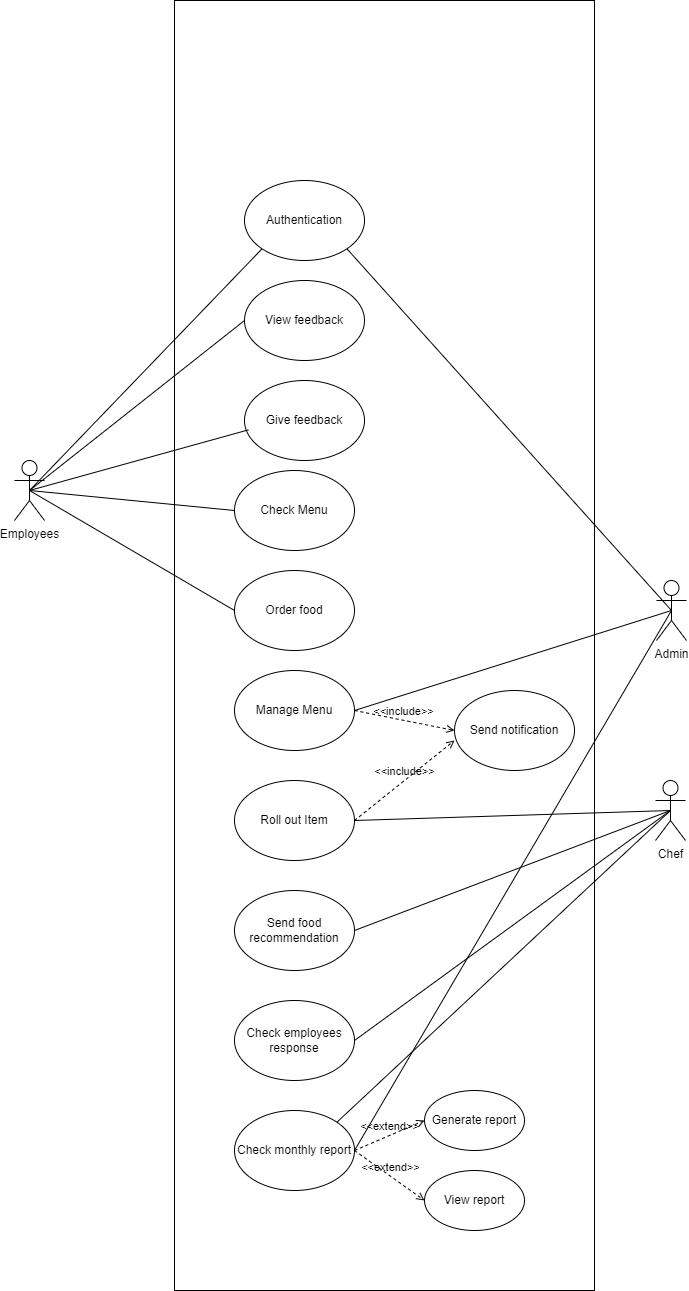
Earlier version of the draw.io export uml diagramas/L&C-usecase.drawio.png (RiaMishra-ITT/Cafeteria-Recommendation-Engine). Source tidied: cells renumbered, new cells last; positions are measured from the earlier drawing's top-left corner, leaving out a move shared by most shapes.
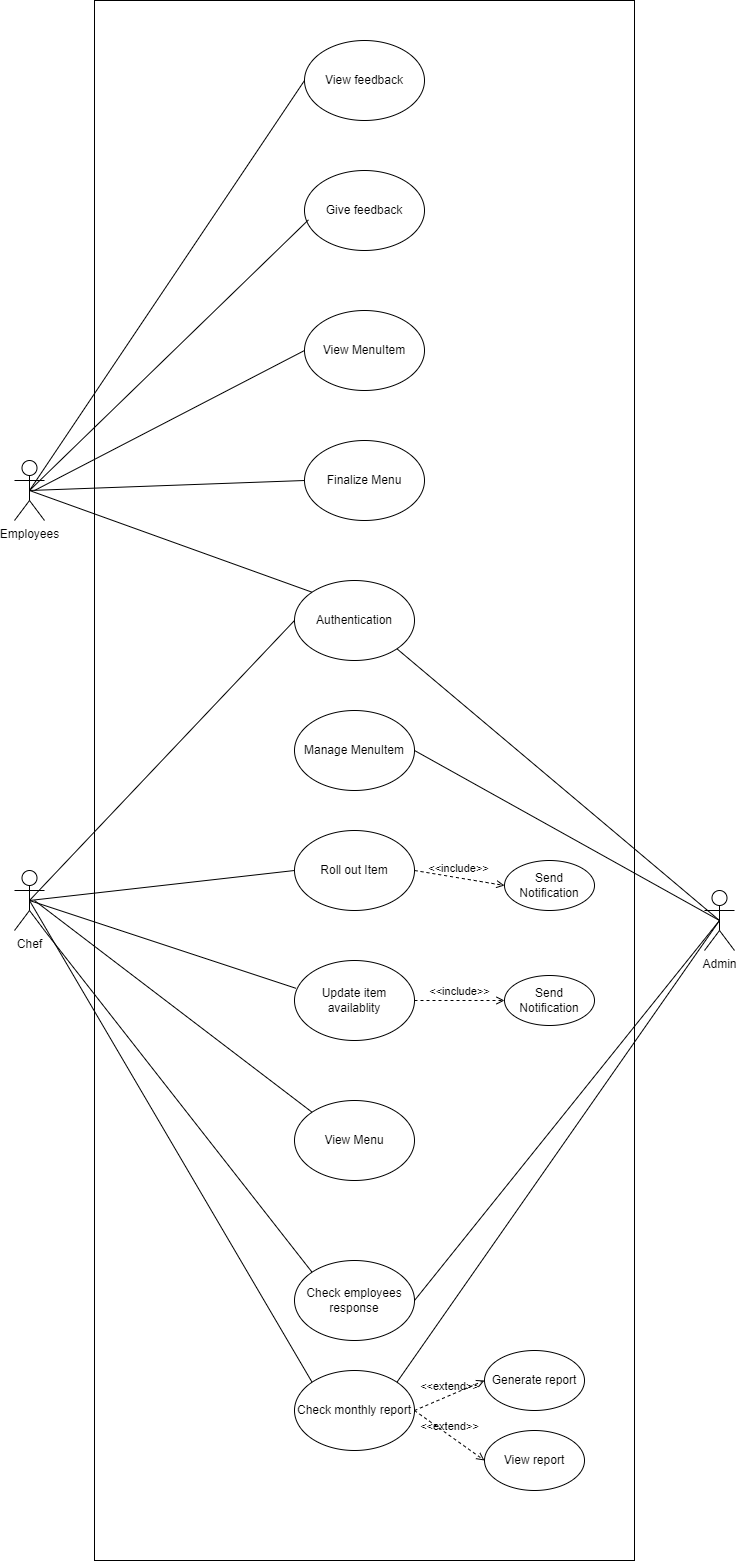
The same file after the commit.

Change to the diagram source:
```diff
@@ -3,45 +3,42 @@
     <mxCell id="0" />
     <mxCell id="1" parent="0" />
     <mxCell id="2" style="rounded=0;whiteSpace=wrap;html=1;" parent="1" vertex="1">
-      <mxGeometry x="160" width="420" height="1290" as="geometry" />
+      <mxGeometry x="80" width="540" height="1560" as="geometry" />
     </mxCell>
     <mxCell id="3" value="Employees" style="shape=umlActor;verticalLabelPosition=bottom;verticalAlign=top;html=1;outlineConnect=0;" parent="1" vertex="1">
       <mxGeometry y="460" width="30" height="60" as="geometry" />
     </mxCell>
     <mxCell id="4" value="Authentication" style="ellipse;whiteSpace=wrap;html=1;" parent="1" vertex="1">
-      <mxGeometry x="230" y="180" width="120" height="80" as="geometry" />
+      <mxGeometry x="280" y="580" width="120" height="80" as="geometry" />
     </mxCell>
     <mxCell id="5" value="Give feedback" style="ellipse;whiteSpace=wrap;html=1;" parent="1" vertex="1">
-      <mxGeometry x="230" y="380" width="120" height="80" as="geometry" />
+      <mxGeometry x="290" y="170" width="120" height="80" as="geometry" />
     </mxCell>
-    <mxCell id="6" value="Check Menu" style="ellipse;whiteSpace=wrap;html=1;" parent="1" vertex="1">
-      <mxGeometry x="220" y="470" width="120" height="80" as="geometry" />
+    <mxCell id="6" value="Finalize Menu" style="ellipse;whiteSpace=wrap;html=1;" parent="1" vertex="1">
+      <mxGeometry x="290" y="440" width="120" height="80" as="geometry" />
     </mxCell>
-    <mxCell id="7" value="Order food" style="ellipse;whiteSpace=wrap;html=1;" parent="1" vertex="1">
-      <mxGeometry x="220" y="570" width="120" height="80" as="geometry" />
-    </mxCell>
     <mxCell id="8" value="Admin" style="shape=umlActor;verticalLabelPosition=bottom;verticalAlign=top;html=1;outlineConnect=0;" parent="1" vertex="1">
-      <mxGeometry x="642" y="580" width="30" height="60" as="geometry" />
+      <mxGeometry x="690" y="890" width="30" height="60" as="geometry" />
     </mxCell>
-    <mxCell id="9" value="Manage Menu" style="ellipse;whiteSpace=wrap;html=1;" parent="1" vertex="1">
-      <mxGeometry x="220" y="670" width="120" height="80" as="geometry" />
+    <mxCell id="9" value="Manage MenuItem" style="ellipse;whiteSpace=wrap;html=1;" parent="1" vertex="1">
+      <mxGeometry x="280" y="710" width="120" height="80" as="geometry" />
     </mxCell>
     <mxCell id="10" value="Chef" style="shape=umlActor;verticalLabelPosition=bottom;verticalAlign=top;html=1;outlineConnect=0;" parent="1" vertex="1">
-      <mxGeometry x="641" y="780" width="30" height="60" as="geometry" />
+      <mxGeometry y="870" width="30" height="60" as="geometry" />
     </mxCell>
     <mxCell id="11" value="Roll out Item" style="ellipse;whiteSpace=wrap;html=1;" parent="1" vertex="1">
-      <mxGeometry x="220" y="780" width="120" height="80" as="geometry" />
+      <mxGeometry x="280" y="830" width="120" height="80" as="geometry" />
     </mxCell>
     <mxCell id="12" value="Check employees response" style="ellipse;whiteSpace=wrap;html=1;" parent="1" vertex="1">
-      <mxGeometry x="220" y="1000" width="120" height="80" as="geometry" />
+      <mxGeometry x="280" y="1260" width="120" height="80" as="geometry" />
     </mxCell>
-    <mxCell id="13" value="Send food recommendation" style="ellipse;whiteSpace=wrap;html=1;" parent="1" vertex="1">
-      <mxGeometry x="220" y="890" width="120" height="80" as="geometry" />
+    <mxCell id="13" value="View Menu" style="ellipse;whiteSpace=wrap;html=1;" parent="1" vertex="1">
+      <mxGeometry x="280" y="1100" width="120" height="80" as="geometry" />
     </mxCell>
     <mxCell id="14" value="Check monthly report" style="ellipse;whiteSpace=wrap;html=1;" parent="1" vertex="1">
-      <mxGeometry x="220" y="1110" width="120" height="80" as="geometry" />
+      <mxGeometry x="280" y="1370" width="120" height="80" as="geometry" />
     </mxCell>
-    <mxCell id="15" style="endArrow=none;html=1;rounded=0;entryX=0;entryY=1;entryDx=0;entryDy=0;exitX=0.5;exitY=0.5;exitDx=0;exitDy=0;exitPerimeter=0;" parent="1" edge="1" source="3" target="4">
+    <mxCell id="15" style="endArrow=none;html=1;rounded=0;entryX=0;entryY=0;entryDx=0;entryDy=0;exitX=0.5;exitY=0.5;exitDx=0;exitDy=0;exitPerimeter=0;" parent="1" edge="1" source="3" target="4">
       <mxGeometry relative="1" as="geometry" />
     </mxCell>
     <mxCell id="16" style="endArrow=none;html=1;rounded=0;exitX=0.5;exitY=0.5;exitDx=0;exitDy=0;exitPerimeter=0;entryX=0.033;entryY=0.617;entryDx=0;entryDy=0;entryPerimeter=0;" parent="1" edge="1" source="3" target="5">
@@ -50,52 +47,29 @@
     <mxCell id="17" style="endArrow=none;html=1;rounded=0;entryX=0;entryY=0.5;entryDx=0;entryDy=0;exitX=0.5;exitY=0.5;exitDx=0;exitDy=0;exitPerimeter=0;" parent="1" edge="1" source="3" target="6">
       <mxGeometry relative="1" as="geometry" />
     </mxCell>
-    <mxCell id="18" style="endArrow=none;html=1;rounded=0;entryX=0;entryY=0.5;entryDx=0;entryDy=0;exitX=0.5;exitY=0.5;exitDx=0;exitDy=0;exitPerimeter=0;" parent="1" edge="1" source="3" target="7">
-      <mxGeometry relative="1" as="geometry" />
-    </mxCell>
     <mxCell id="19" style="endArrow=none;html=1;rounded=0;entryX=0.5;entryY=0.5;entryDx=0;entryDy=0;entryPerimeter=0;exitX=1;exitY=0.5;exitDx=0;exitDy=0;" parent="1" edge="1" source="9" target="8">
       <mxGeometry relative="1" as="geometry" />
     </mxCell>
-    <mxCell id="20" style="endArrow=none;html=1;rounded=0;entryX=0.5;entryY=0.5;entryDx=0;entryDy=0;entryPerimeter=0;exitX=1;exitY=0.5;exitDx=0;exitDy=0;" parent="1" edge="1" source="11" target="10">
+    <mxCell id="20" style="endArrow=none;html=1;rounded=0;entryX=0.5;entryY=0.5;entryDx=0;entryDy=0;entryPerimeter=0;exitX=0;exitY=0.5;exitDx=0;exitDy=0;" parent="1" edge="1" source="4" target="10">
       <mxGeometry relative="1" as="geometry" />
     </mxCell>
-    <mxCell id="21" style="endArrow=none;html=1;rounded=0;entryX=0.5;entryY=0.5;entryDx=0;entryDy=0;entryPerimeter=0;exitX=1;exitY=0.5;exitDx=0;exitDy=0;" parent="1" edge="1" source="13" target="10">
+    <mxCell id="21" style="endArrow=none;html=1;rounded=0;entryX=0.5;entryY=0.5;entryDx=0;entryDy=0;entryPerimeter=0;exitX=0;exitY=0.5;exitDx=0;exitDy=0;" parent="1" edge="1" source="11" target="10">
       <mxGeometry relative="1" as="geometry" />
     </mxCell>
-    <mxCell id="22" style="endArrow=none;html=1;rounded=0;entryX=0.5;entryY=0.5;entryDx=0;entryDy=0;entryPerimeter=0;exitX=1;exitY=0.5;exitDx=0;exitDy=0;" parent="1" edge="1" source="12" target="10">
-      <mxGeometry relative="1" as="geometry" />
-    </mxCell>
-    <mxCell id="23" style="endArrow=none;html=1;rounded=0;entryX=0.5;entryY=0.5;entryDx=0;entryDy=0;entryPerimeter=0;exitX=1;exitY=0;exitDx=0;exitDy=0;" parent="1" edge="1" source="14" target="10">
-      <mxGeometry relative="1" as="geometry" />
-    </mxCell>
     <mxCell id="24" style="endArrow=none;html=1;rounded=0;entryX=0.5;entryY=0.5;entryDx=0;entryDy=0;entryPerimeter=0;exitX=1;exitY=1;exitDx=0;exitDy=0;" parent="1" edge="1" source="4" target="8">
       <mxGeometry relative="1" as="geometry" />
     </mxCell>
-    <mxCell id="25" value="Send notification" style="ellipse;whiteSpace=wrap;html=1;" parent="1" vertex="1">
-      <mxGeometry x="440" y="690" width="120" height="80" as="geometry" />
-    </mxCell>
-    <mxCell id="26" value="&amp;lt;&amp;lt;include&amp;gt;&amp;gt;" style="html=1;verticalAlign=bottom;labelBackgroundColor=none;endArrow=open;endFill=0;dashed=1;rounded=0;exitX=1;exitY=0.5;exitDx=0;exitDy=0;entryX=0;entryY=0.5;entryDx=0;entryDy=0;" parent="1" edge="1" source="9" target="25">
-      <mxGeometry relative="1" as="geometry" />
-    </mxCell>
-    <mxCell id="27" value="&amp;lt;&amp;lt;include&amp;gt;&amp;gt;" style="html=1;verticalAlign=bottom;labelBackgroundColor=none;endArrow=open;endFill=0;dashed=1;rounded=0;exitX=1;exitY=0.5;exitDx=0;exitDy=0;" parent="1" edge="1" source="11">
-      <mxGeometry relative="1" as="geometry">
-        <mxPoint x="440" y="740" as="targetPoint" />
-      </mxGeometry>
-    </mxCell>
     <mxCell id="28" value="View feedback" style="ellipse;whiteSpace=wrap;html=1;" parent="1" vertex="1">
-      <mxGeometry x="230" y="280" width="120" height="80" as="geometry" />
+      <mxGeometry x="290" y="40" width="120" height="80" as="geometry" />
     </mxCell>
     <mxCell id="29" style="endArrow=none;html=1;rounded=0;entryX=0;entryY=0.5;entryDx=0;entryDy=0;exitX=0.5;exitY=0.5;exitDx=0;exitDy=0;exitPerimeter=0;" parent="1" edge="1" source="3" target="28">
       <mxGeometry relative="1" as="geometry" />
     </mxCell>
-    <mxCell id="30" style="endArrow=none;html=1;rounded=0;entryX=0.5;entryY=0.5;entryDx=0;entryDy=0;entryPerimeter=0;exitX=1;exitY=0.5;exitDx=0;exitDy=0;" parent="1" edge="1" source="14" target="8">
-      <mxGeometry relative="1" as="geometry" />
-    </mxCell>
     <mxCell id="31" value="Generate report" style="ellipse;whiteSpace=wrap;html=1;" parent="1" vertex="1">
-      <mxGeometry x="410" y="1090" width="100" height="60" as="geometry" />
+      <mxGeometry x="470" y="1350" width="100" height="60" as="geometry" />
     </mxCell>
     <mxCell id="32" value="View report" style="ellipse;whiteSpace=wrap;html=1;" parent="1" vertex="1">
-      <mxGeometry x="410" y="1170" width="100" height="60" as="geometry" />
+      <mxGeometry x="470" y="1430" width="100" height="60" as="geometry" />
     </mxCell>
     <mxCell id="33" value="&amp;lt;&amp;lt;extend&amp;gt;&amp;gt;" style="html=1;verticalAlign=bottom;labelBackgroundColor=none;endArrow=open;endFill=0;dashed=1;rounded=0;exitX=1;exitY=0.5;exitDx=0;exitDy=0;entryX=0;entryY=0.5;entryDx=0;entryDy=0;" parent="1" edge="1" source="14" target="31">
       <mxGeometry relative="1" as="geometry" />
@@ -103,5 +77,48 @@
     <mxCell id="34" value="&amp;lt;&amp;lt;extend&amp;gt;&amp;gt;" style="html=1;verticalAlign=bottom;labelBackgroundColor=none;endArrow=open;endFill=0;dashed=1;rounded=0;exitX=1;exitY=0.5;exitDx=0;exitDy=0;entryX=0;entryY=0.5;entryDx=0;entryDy=0;" parent="1" edge="1" source="14" target="32">
       <mxGeometry relative="1" as="geometry" />
     </mxCell>
+    <mxCell id="35" value="Update item availablity" style="ellipse;whiteSpace=wrap;html=1;" parent="1" vertex="1">
+      <mxGeometry x="280" y="960" width="120" height="80" as="geometry" />
+    </mxCell>
+    <mxCell id="36" style="endArrow=none;html=1;rounded=0;exitX=0.013;exitY=0.348;exitDx=0;exitDy=0;exitPerimeter=0;entryX=0.5;entryY=0.5;entryDx=0;entryDy=0;entryPerimeter=0;" parent="1" edge="1" source="35" target="10">
+      <mxGeometry relative="1" as="geometry" />
+    </mxCell>
+    <mxCell id="22" style="endArrow=none;html=1;rounded=0;entryX=1;entryY=1;entryDx=0;entryDy=0;entryPerimeter=0;exitX=0;exitY=0;exitDx=0;exitDy=0;" parent="1" edge="1" source="12" target="10">
+      <mxGeometry relative="1" as="geometry" />
+    </mxCell>
+    <mxCell id="23" style="endArrow=none;html=1;rounded=0;entryX=0.5;entryY=0.5;entryDx=0;entryDy=0;entryPerimeter=0;exitX=0;exitY=0;exitDx=0;exitDy=0;" parent="1" edge="1" source="14" target="10">
+      <mxGeometry relative="1" as="geometry" />
+    </mxCell>
+    <mxCell id="37" style="endArrow=none;html=1;rounded=0;exitX=0.5;exitY=0.5;exitDx=0;exitDy=0;exitPerimeter=0;entryX=1;entryY=0.5;entryDx=0;entryDy=0;" parent="1" edge="1" source="8" target="12">
+      <mxGeometry relative="1" as="geometry" />
+    </mxCell>
+    <mxCell id="38" style="endArrow=none;html=1;rounded=0;exitX=0.5;exitY=0.5;exitDx=0;exitDy=0;exitPerimeter=0;entryX=1;entryY=0;entryDx=0;entryDy=0;" parent="1" edge="1" source="8" target="14">
+      <mxGeometry relative="1" as="geometry" />
+    </mxCell>
+    <mxCell id="39" style="endArrow=none;html=1;rounded=0;exitX=0;exitY=0;exitDx=0;exitDy=0;" parent="1" edge="1" source="13">
+      <mxGeometry relative="1" as="geometry">
+        <mxPoint x="20" y="900" as="targetPoint" />
+      </mxGeometry>
+    </mxCell>
+    <mxCell id="40" value="Send Notification" style="ellipse;whiteSpace=wrap;html=1;" parent="1" vertex="1">
+      <mxGeometry x="490" y="860" width="90" height="50" as="geometry" />
+    </mxCell>
+    <mxCell id="26" value="&amp;lt;&amp;lt;include&amp;gt;&amp;gt;" style="html=1;verticalAlign=bottom;labelBackgroundColor=none;endArrow=open;endFill=0;dashed=1;rounded=0;exitX=1;exitY=0.5;exitDx=0;exitDy=0;entryX=0;entryY=0.5;entryDx=0;entryDy=0;" parent="1" edge="1" source="11" target="40">
+      <mxGeometry relative="1" as="geometry" />
+    </mxCell>
+    <mxCell id="41" value="Send Notification" style="ellipse;whiteSpace=wrap;html=1;" parent="1" vertex="1">
+      <mxGeometry x="490" y="975" width="90" height="50" as="geometry" />
+    </mxCell>
+    <mxCell id="27" value="&amp;lt;&amp;lt;include&amp;gt;&amp;gt;" style="html=1;verticalAlign=bottom;labelBackgroundColor=none;endArrow=open;endFill=0;dashed=1;rounded=0;entryX=0;entryY=0.5;entryDx=0;entryDy=0;exitX=1;exitY=0.5;exitDx=0;exitDy=0;" parent="1" edge="1" source="35" target="41">
+      <mxGeometry relative="1" as="geometry" />
+    </mxCell>
+    <mxCell id="42" value="View MenuItem" style="ellipse;whiteSpace=wrap;html=1;" parent="1" vertex="1">
+      <mxGeometry x="290" y="310" width="120" height="80" as="geometry" />
+    </mxCell>
+    <mxCell id="43" style="endArrow=none;html=1;rounded=0;entryX=0;entryY=0.5;entryDx=0;entryDy=0;" parent="1" edge="1" target="42">
+      <mxGeometry relative="1" as="geometry">
+        <mxPoint x="20" y="490" as="sourcePoint" />
+      </mxGeometry>
+    </mxCell>
   </root>
 </mxGraphModel>
```
